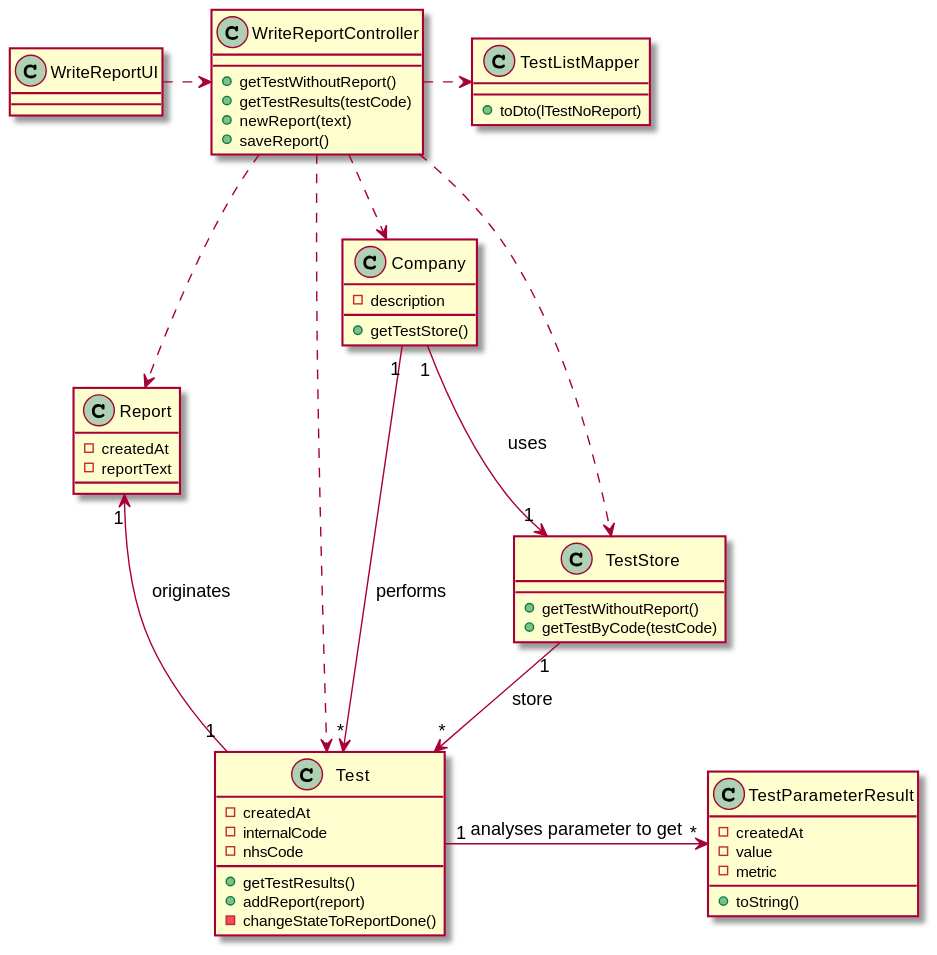
Earlier version of the PlantUML export docs/SprintC/US14/US14_CD.svg (GuilhermeCunha79/lapr2). Its diagram source:
```plantuml
@startuml

class WriteReportUI {
}

class WriteReportController {
    +getTestWithoutReport()
    +getTestResults(testCode)
    +newReport(text)
    +saveReport()
}

class Company {
    -description
    +getTestStore()
}

class TestStore {
    +getTestWithoutReport()
    +getTestByCode(testCode)
}

class TestListMapper {
    +toDto(lTestNoReport)
}

class Test {
    -createdAt
    -internalCode
    -nhsCode
    +getTestResults()
    +addReport(report)
    -changeStateToReportDone()
}

class TestParameterResult {
    -createdAt
    -value
    -metric
    +toString()
}

class Report {
    -createdAt
    -reportText
}

WriteReportUI .right.> WriteReportController
WriteReportController ..> Company
WriteReportController ..> TestStore
WriteReportController .right.> TestListMapper
WriteReportController ..> Test
WriteReportController ..> Report
Company"1" --> "*"Test : "performs"
Company"1" --> "1"TestStore : "uses"
TestStore"1" --> "*"Test : "store"
Test"1" -left-> "1"Report : "originates"
Test"1" -right-> "*"TestParameterResult : "analyses parameter to get"

@enduml
```
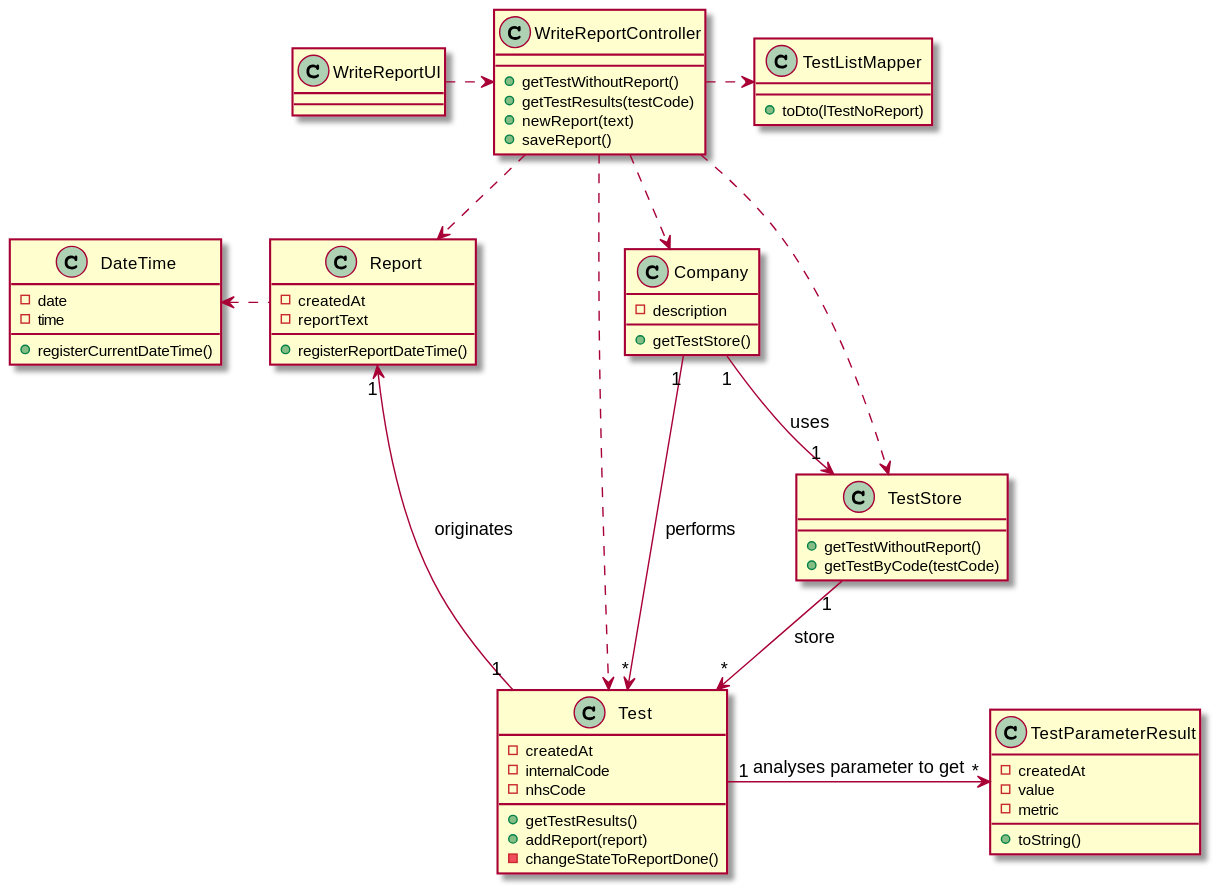
The same file after the commit.

What changed in the source:
```diff
@@ -43,6 +43,13 @@
 class Report {
     -createdAt
     -reportText
+    +registerReportDateTime()
+}
+
+class DateTime {
+    -date
+    -time
+    +registerCurrentDateTime()
 }
 
 WriteReportUI .right.> WriteReportController
@@ -56,5 +63,6 @@
 TestStore"1" --> "*"Test : "store"
 Test"1" -left-> "1"Report : "originates"
 Test"1" -right-> "*"TestParameterResult : "analyses parameter to get"
+Report .left.> DateTime
 
 @enduml
```
